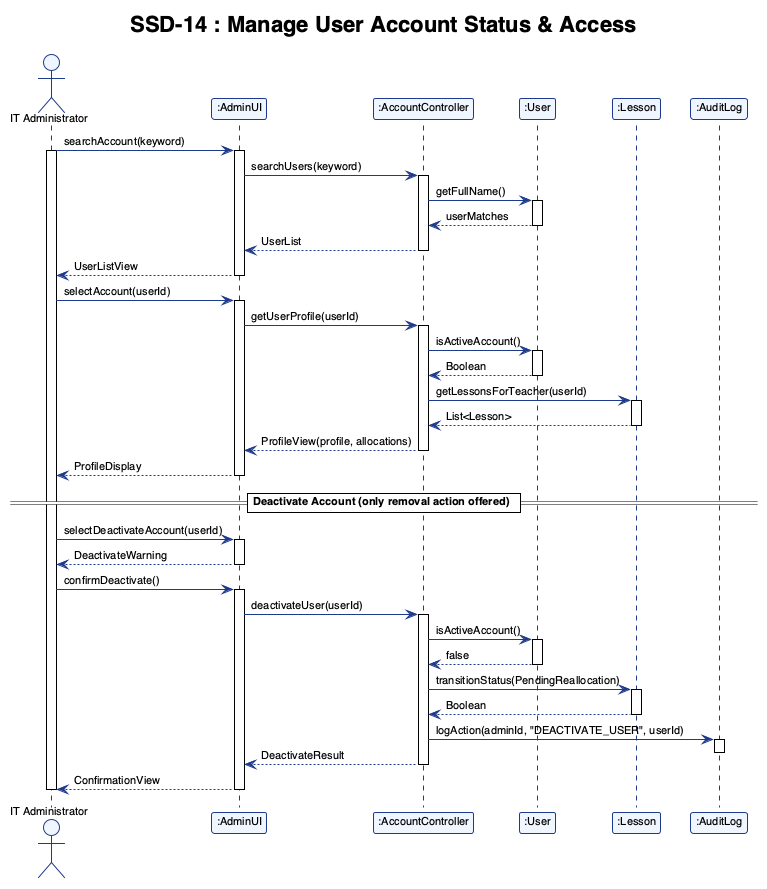
This is report/assets/ssd_14.png from adoreblvnk/2001temp, a PlantUML export, as it was before one commit.
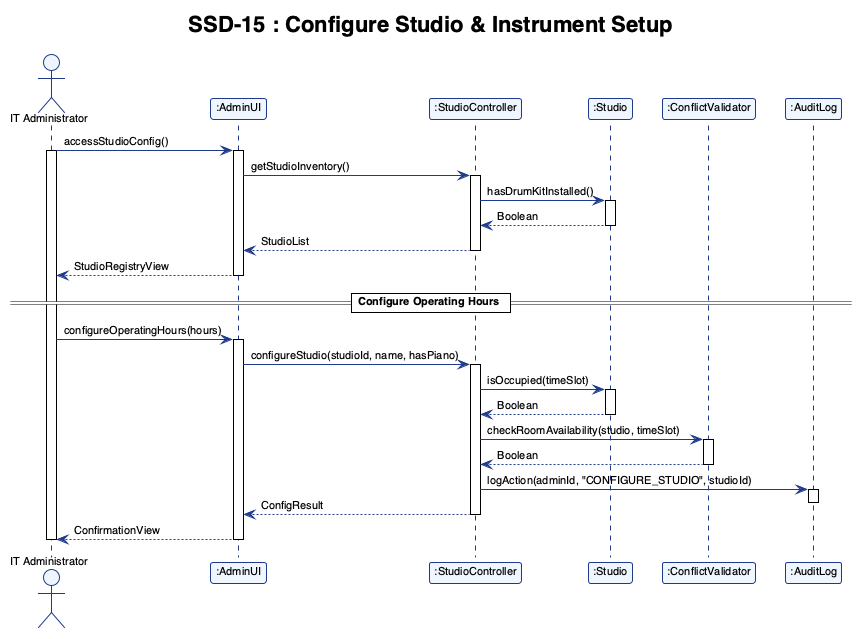
Later version of the same file.

What changed in the source:
```diff
@@ -1,4 +1,4 @@
-@startuml ssd_14
+@startuml ssd_15
 !theme plain
 skinparam shadowing false
 skinparam defaultFontName "Helvetica", "Arial", sans-serif
@@ -13,74 +13,48 @@
     ActorBackgroundColor #EFF6FF
 }
 
-title SSD-14 : Manage User Account Status & Access
+title SSD-15 : Configure Studio & Instrument Setup
 
 actor "IT Administrator" as ITAdmin
 participant ":AdminUI" as AdminUI
-participant ":AccountController" as AccountController
-participant ":User" as User
-participant ":Lesson" as Lesson
+participant ":StudioController" as StudioController
+participant ":Studio" as Studio
+participant ":ConflictValidator" as ConflictValidator
 participant ":AuditLog" as AuditLog
 
-ITAdmin -> AdminUI : searchAccount(keyword)
+ITAdmin -> AdminUI : accessStudioConfig()
 activate ITAdmin
 activate AdminUI
-AdminUI -> AccountController : searchUsers(keyword)
-activate AccountController
-AccountController -> User : getFullName()
-activate User
-User --> AccountController : userMatches
-deactivate User
-AccountController --> AdminUI : UserList
-deactivate AccountController
-AdminUI --> ITAdmin : UserListView
+AdminUI -> StudioController : getStudioInventory()
+activate StudioController
+StudioController -> Studio : hasDrumKitInstalled()
+activate Studio
+Studio --> StudioController : Boolean
+deactivate Studio
+StudioController --> AdminUI : StudioList
+deactivate StudioController
+AdminUI --> ITAdmin : StudioRegistryView
 deactivate AdminUI
 
-ITAdmin -> AdminUI : selectAccount(userId)
+== Configure Operating Hours ==
+
+ITAdmin -> AdminUI : configureOperatingHours(hours)
 activate AdminUI
-AdminUI -> AccountController : getUserProfile(userId)
-activate AccountController
-AccountController -> User : isActiveAccount()
-activate User
-User --> AccountController : Boolean
-deactivate User
-AccountController -> Lesson : getLessonsForTeacher(userId)
-activate Lesson
-Lesson --> AccountController : List<Lesson>
-deactivate Lesson
-AccountController --> AdminUI : ProfileView(profile, allocations)
-deactivate AccountController
-AdminUI --> ITAdmin : ProfileDisplay
-deactivate AdminUI
-
-== Deactivate Account (only removal action offered) ==
-
-ITAdmin -> AdminUI : selectDeactivateAccount(userId)
-activate AdminUI
-AdminUI --> ITAdmin : DeactivateWarning
-deactivate AdminUI
-
-ITAdmin -> AdminUI : confirmDeactivate()
-activate AdminUI
-AdminUI -> AccountController : deactivateUser(userId)
-activate AccountController
-
-AccountController -> User : isActiveAccount()
-activate User
-User --> AccountController : false
-deactivate User
-
-AccountController -> Lesson : transitionStatus(PendingReallocation)
-activate Lesson
-Lesson --> AccountController : Boolean
-deactivate Lesson
-
-AccountController -> AuditLog : logAction(adminId, "DEACTIVATE_USER", userId)
+AdminUI -> StudioController : configureStudio(studioId, name, hasPiano)
+activate StudioController
+StudioController -> Studio : isOccupied(timeSlot)
+activate Studio
+Studio --> StudioController : Boolean
+deactivate Studio
+StudioController -> ConflictValidator : checkRoomAvailability(studio, timeSlot)
+activate ConflictValidator
+ConflictValidator --> StudioController : Boolean
+deactivate ConflictValidator
+StudioController -> AuditLog : logAction(adminId, "CONFIGURE_STUDIO", studioId)
 activate AuditLog
 deactivate AuditLog
-
-AccountController --> AdminUI : DeactivateResult
-deactivate AccountController
+StudioController --> AdminUI : ConfigResult
+deactivate StudioController
 AdminUI --> ITAdmin : ConfirmationView
 deactivate AdminUI
 
```
